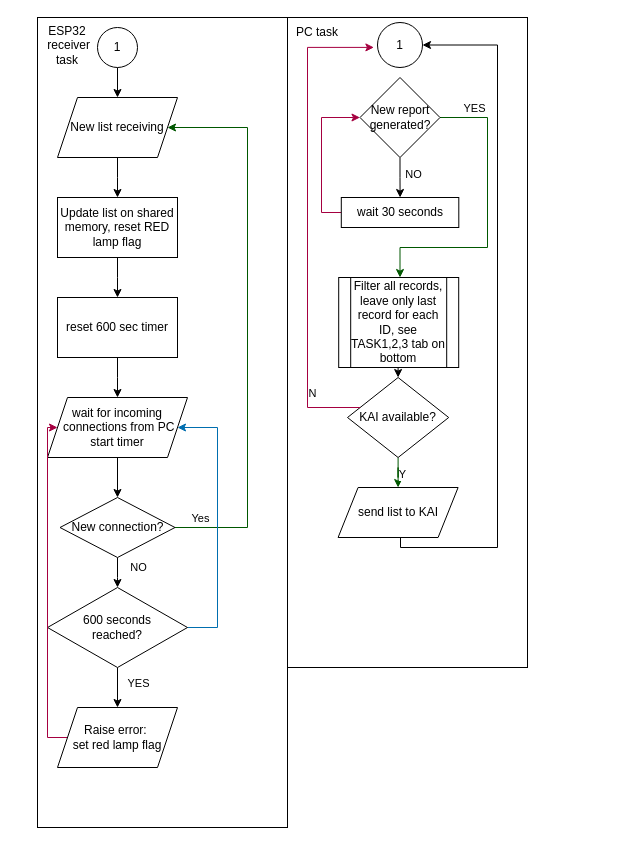
This is page "Algo KAI+PC traffic" (2 of 3) of KAI.drawio from megavad/Diagrams, a draw.io file, before an edit. Source tidied: cells renumbered, new cells numbered last; positions are measured from the earlier drawing's top-left corner, leaving out a move shared by most shapes. Both pictures are drawn from the tidied source at 100%, with x=0, y=0 at pixel (37, 17).
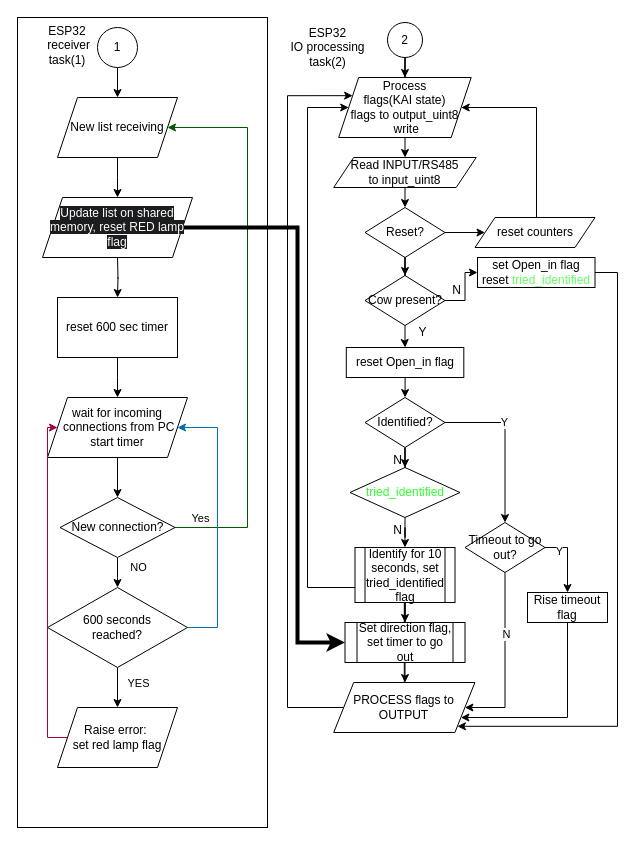
Above is the later version.

Change to the diagram source:
```diff
@@
     <mxCell id="2" style="rounded=0;whiteSpace=wrap;html=1;" parent="1" vertex="1">
-      <mxGeometry width="250" height="810" as="geometry" />
+      <mxGeometry x="-20" width="250" height="810" as="geometry" />
     </mxCell>
@@
-    <mxCell id="7" value="ESP32 &amp;nbsp;receiver task" style="text;html=1;align=center;verticalAlign=middle;whiteSpace=wrap;rounded=0;" parent="1" vertex="1">
+    <mxCell id="7" value="ESP32 &amp;nbsp;receiver task(1)" style="text;html=1;align=center;verticalAlign=middle;whiteSpace=wrap;rounded=0;" parent="1" vertex="1">
       <mxGeometry y="12.5" width="60" height="30" as="geometry" />
     </mxCell>
-    <mxCell id="8" style="rounded=0;whiteSpace=wrap;html=1;" parent="1" vertex="1">
-      <mxGeometry x="250" width="240" height="650" as="geometry" />
-    </mxCell>
-    <mxCell id="9" value="1" style="ellipse;whiteSpace=wrap;html=1;" parent="1" vertex="1">
-      <mxGeometry x="340" y="5" width="45" height="45" as="geometry" />
-    </mxCell>
-    <mxCell id="10" value="PC task" style="text;html=1;align=center;verticalAlign=middle;whiteSpace=wrap;rounded=0;" parent="1" vertex="1">
-      <mxGeometry x="250" width="60" height="30" as="geometry" />
-    </mxCell>
-    <mxCell id="11" style="edgeStyle=orthogonalEdgeStyle;rounded=0;jettySize=auto;html=1;" parent="1" edge="1" source="15" target="17">
-      <mxGeometry relative="1" as="geometry" />
-    </mxCell>
-    <mxCell id="12" value="NO" style="edgeLabel;html=1;align=center;verticalAlign=middle;" parent="11" vertex="1">
-      <mxGeometry x="-0.22" y="4" relative="1" as="geometry">
-        <mxPoint x="9" as="offset" />
-      </mxGeometry>
-    </mxCell>
-    <mxCell id="13" style="edgeStyle=orthogonalEdgeStyle;rounded=0;jettySize=auto;html=1;entryX=0.5;entryY=0;entryDx=0;entryDy=0;fillColor=#008a00;strokeColor=#005700;" parent="1" edge="1" source="15">
-      <mxGeometry relative="1" as="geometry">
-        <mxPoint x="362.5" y="260" as="targetPoint" />
-        <Array as="points">
-          <mxPoint x="450" y="100" />
-          <mxPoint x="450" y="230" />
-          <mxPoint x="363" y="230" />
-        </Array>
-      </mxGeometry>
-    </mxCell>
-    <mxCell id="14" value="YES" style="edgeLabel;html=1;align=center;verticalAlign=middle;" parent="13" vertex="1">
-      <mxGeometry x="-0.77" y="-1" relative="1" as="geometry">
-        <mxPoint y="-11" as="offset" />
-      </mxGeometry>
-    </mxCell>
-    <mxCell id="15" value="New report generated?" style="rhombus;whiteSpace=wrap;html=1;" parent="1" vertex="1">
-      <mxGeometry x="322.5" y="60" width="80" height="80" as="geometry" />
-    </mxCell>
-    <mxCell id="16" style="edgeStyle=orthogonalEdgeStyle;rounded=0;jettySize=auto;html=1;entryX=0;entryY=0.5;entryDx=0;entryDy=0;fillColor=#d80073;strokeColor=#A50040;" parent="1" edge="1" source="17" target="15">
-      <mxGeometry relative="1" as="geometry">
-        <Array as="points">
-          <mxPoint x="284" y="195" />
-          <mxPoint x="284" y="100" />
-        </Array>
-      </mxGeometry>
-    </mxCell>
-    <mxCell id="17" value="wait 30 seconds" style="rounded=0;whiteSpace=wrap;html=1;" parent="1" vertex="1">
-      <mxGeometry x="303.8" y="180" width="117.5" height="30" as="geometry" />
-    </mxCell>
-    <mxCell id="18" style="edgeStyle=orthogonalEdgeStyle;rounded=0;jettySize=auto;html=1;" parent="1" edge="1" target="23">
-      <mxGeometry relative="1" as="geometry">
-        <mxPoint x="361.3" y="320" as="sourcePoint" />
-      </mxGeometry>
-    </mxCell>
-    <mxCell id="19" style="edgeStyle=orthogonalEdgeStyle;rounded=0;jettySize=auto;html=1;entryX=1;entryY=0.5;entryDx=0;entryDy=0;" parent="1" edge="1" source="20" target="9">
-      <mxGeometry relative="1" as="geometry">
-        <Array as="points">
-          <mxPoint x="363" y="530" />
-          <mxPoint x="460" y="530" />
-          <mxPoint x="460" y="28" />
-        </Array>
-      </mxGeometry>
-    </mxCell>
-    <mxCell id="20" value="send list to KAI" style="shape=parallelogram;perimeter=parallelogramPerimeter;whiteSpace=wrap;html=1;fixedSize=1;" parent="1" vertex="1">
-      <mxGeometry x="300.6" y="470" width="120" height="50" as="geometry" />
-    </mxCell>
-    <mxCell id="21" style="edgeStyle=orthogonalEdgeStyle;rounded=0;jettySize=auto;html=1;fillColor=#008a00;strokeColor=#005700;" parent="1" edge="1" source="23" target="20">
-      <mxGeometry relative="1" as="geometry" />
-    </mxCell>
-    <mxCell id="22" value="Y" style="edgeLabel;html=1;align=center;verticalAlign=middle;" parent="21" vertex="1">
-      <mxGeometry x="-0.46" y="3" relative="1" as="geometry">
-        <mxPoint x="1" y="2" as="offset" />
-      </mxGeometry>
-    </mxCell>
-    <mxCell id="23" value="KAI available?" style="rhombus;whiteSpace=wrap;html=1;" parent="1" vertex="1">
-      <mxGeometry x="310" y="360" width="101.2" height="80" as="geometry" />
-    </mxCell>
-    <mxCell id="24" style="edgeStyle=orthogonalEdgeStyle;rounded=0;jettySize=auto;html=1;entryX=0.36;entryY=0.046;entryDx=0;entryDy=0;entryPerimeter=0;fillColor=#d80073;strokeColor=#A50040;" parent="1" edge="1" source="23" target="8">
-      <mxGeometry relative="1" as="geometry">
-        <Array as="points">
-          <mxPoint x="270" y="390" />
-          <mxPoint x="270" y="30" />
-        </Array>
-      </mxGeometry>
-    </mxCell>
-    <mxCell id="25" value="N" style="edgeLabel;html=1;align=center;verticalAlign=middle;" parent="24" vertex="1">
-      <mxGeometry x="-0.72" y="-4" relative="1" as="geometry" />
-    </mxCell>
-    <mxCell id="26" style="edgeStyle=orthogonalEdgeStyle;rounded=0;jettySize=auto;html=1;" parent="1" edge="1" source="27">
+    <mxCell id="26" style="edgeStyle=orthogonalEdgeStyle;rounded=0;orthogonalLoop=1;jettySize=auto;html=1;" parent="1" edge="1">
       <mxGeometry relative="1" as="geometry">
+        <mxPoint x="80" y="240" as="sourcePoint" />
         <mxPoint x="80" y="280" as="targetPoint" />
       </mxGeometry>
     </mxCell>
-    <mxCell id="27" value="Update list on shared memory, reset RED lamp flag" style="rounded=0;whiteSpace=wrap;html=1;" parent="1" vertex="1">
-      <mxGeometry x="20" y="180" width="120" height="60" as="geometry" />
-    </mxCell>
@@
-    <mxCell id="44" value="Filter all records,&lt;div&gt;leave only last record for each ID, see &lt;span style=&quot;color: light-dark(rgb(0, 0, 0), rgb(255, 0, 0));&quot;&gt;TASK1,2,3 tab on bottom&lt;/span&gt;&lt;/div&gt;" style="shape=process;whiteSpace=wrap;html=1;backgroundOutline=1;" parent="1" vertex="1">
-      <mxGeometry x="301.2" y="260" width="120" height="90" as="geometry" />
-    </mxCell>
+    <mxCell id="45" style="edgeStyle=orthogonalEdgeStyle;rounded=0;jettySize=auto;html=1;entryX=0;entryY=0.5;entryDx=0;entryDy=0;fontColor=light-dark(#000000,#FF00FF);verticalAlign=middle;strokeWidth=4;" parent="1" edge="1" source="27" target="68">
+      <mxGeometry relative="1" as="geometry">
+        <Array as="points">
+          <mxPoint x="260" y="210" />
+          <mxPoint x="260" y="625" />
+        </Array>
+      </mxGeometry>
+    </mxCell>
+    <mxCell id="27" value="&lt;span style=&quot;caret-color: rgb(255, 255, 255); color: rgb(255, 255, 255); font-family: Helvetica; font-size: 12px; font-style: normal; font-variant-caps: normal; font-weight: 400; letter-spacing: normal; orphans: auto; text-align: center; text-indent: 0px; text-transform: none; white-space: normal; widows: auto; word-spacing: 0px; -webkit-text-stroke-width: 0px; background-color: rgb(27, 29, 30); text-decoration: none; display: inline !important; float: none;&quot;&gt;Update list on shared memory, reset RED lamp flag&lt;/span&gt;" style="shape=parallelogram;perimeter=parallelogramPerimeter;whiteSpace=wrap;html=1;fixedSize=1;" parent="1" vertex="1">
+      <mxGeometry x="5" y="180" width="150" height="60" as="geometry" />
+    </mxCell>
+    <mxCell id="46" style="edgeStyle=orthogonalEdgeStyle;rounded=0;jettySize=auto;html=1;entryX=0.5;entryY=0;entryDx=0;entryDy=0;" parent="1" edge="1" source="47" target="49">
+      <mxGeometry relative="1" as="geometry" />
+    </mxCell>
+    <mxCell id="47" value="2" style="ellipse;whiteSpace=wrap;html=1;" parent="1" vertex="1">
+      <mxGeometry x="350" y="5" width="35" height="35" as="geometry" />
+    </mxCell>
+    <mxCell id="48" style="edgeStyle=orthogonalEdgeStyle;rounded=0;jettySize=auto;html=1;entryX=0.5;entryY=0;entryDx=0;entryDy=0;" parent="1" edge="1" source="49" target="51">
+      <mxGeometry relative="1" as="geometry" />
+    </mxCell>
+    <mxCell id="49" value="Process&lt;div&gt;flags(KAI state)&lt;/div&gt;&lt;div&gt;flags to output_uint8&lt;/div&gt;&lt;div&gt;&amp;nbsp;write&lt;/div&gt;" style="shape=parallelogram;perimeter=parallelogramPerimeter;whiteSpace=wrap;html=1;fixedSize=1;" parent="1" vertex="1">
+      <mxGeometry x="301.2" y="60" width="132.5" height="60" as="geometry" />
+    </mxCell>
+    <mxCell id="50" style="edgeStyle=orthogonalEdgeStyle;rounded=0;jettySize=auto;html=1;" parent="1" edge="1" source="51" target="57">
+      <mxGeometry relative="1" as="geometry" />
+    </mxCell>
+    <mxCell id="51" value="Read INPUT/RS485&lt;div&gt;to input_uint8&lt;/div&gt;" style="shape=parallelogram;perimeter=parallelogramPerimeter;whiteSpace=wrap;html=1;fixedSize=1;" parent="1" vertex="1">
+      <mxGeometry x="296.2" y="140" width="142.5" height="30" as="geometry" />
+    </mxCell>
+    <mxCell id="52" style="edgeStyle=orthogonalEdgeStyle;rounded=0;jettySize=auto;html=1;entryX=0;entryY=0.5;entryDx=0;entryDy=0;" parent="1" edge="1" source="54" target="49">
+      <mxGeometry relative="1" as="geometry">
+        <Array as="points">
+          <mxPoint x="367" y="570" />
+          <mxPoint x="270" y="570" />
+          <mxPoint x="270" y="90" />
+        </Array>
+      </mxGeometry>
+    </mxCell>
+    <mxCell id="53" style="edgeStyle=orthogonalEdgeStyle;rounded=0;jettySize=auto;html=1;entryX=0;entryY=0.25;entryDx=0;entryDy=0;" parent="1" edge="1" source="54" target="49">
+      <mxGeometry relative="1" as="geometry">
+        <Array as="points">
+          <mxPoint x="250" y="690" />
+          <mxPoint x="250" y="78" />
+        </Array>
+      </mxGeometry>
+    </mxCell>
+    <mxCell id="54" value="PROCESS flags to OUTPUT" style="shape=parallelogram;perimeter=parallelogramPerimeter;whiteSpace=wrap;html=1;fixedSize=1;" parent="1" vertex="1">
+      <mxGeometry x="296.2" y="665" width="141.2" height="50" as="geometry" />
+    </mxCell>
+    <mxCell id="55" style="edgeStyle=orthogonalEdgeStyle;rounded=0;jettySize=auto;html=1;entryX=0;entryY=0.5;entryDx=0;entryDy=0;" parent="1" edge="1" source="57" target="60">
+      <mxGeometry relative="1" as="geometry" />
+    </mxCell>
+    <mxCell id="56" style="edgeStyle=orthogonalEdgeStyle;rounded=0;jettySize=auto;html=1;" parent="1" edge="1" source="57" target="64">
+      <mxGeometry relative="1" as="geometry" />
+    </mxCell>
+    <mxCell id="57" value="Reset?" style="rhombus;whiteSpace=wrap;html=1;" parent="1" vertex="1">
+      <mxGeometry x="327.5" y="190" width="80" height="50" as="geometry" />
+    </mxCell>
+    <mxCell id="58" style="edgeStyle=orthogonalEdgeStyle;rounded=0;orthogonalLoop=1;jettySize=auto;html=1;exitX=0.5;exitY=1;exitDx=0;exitDy=0;" parent="1" edge="1" source="57" target="57">
+      <mxGeometry relative="1" as="geometry" />
+    </mxCell>
+    <mxCell id="59" style="edgeStyle=orthogonalEdgeStyle;rounded=0;jettySize=auto;html=1;entryX=1;entryY=0.5;entryDx=0;entryDy=0;" parent="1" edge="1" source="60" target="49">
+      <mxGeometry relative="1" as="geometry">
+        <Array as="points">
+          <mxPoint x="499" y="90" />
+        </Array>
+      </mxGeometry>
+    </mxCell>
+    <mxCell id="60" value="reset counters" style="shape=parallelogram;perimeter=parallelogramPerimeter;whiteSpace=wrap;html=1;fixedSize=1;" parent="1" vertex="1">
+      <mxGeometry x="437.5" y="200" width="120" height="30" as="geometry" />
+    </mxCell>
+    <mxCell id="61" value="ESP32&lt;div&gt;IO processing&lt;/div&gt;&lt;div&gt;task(2)&lt;/div&gt;" style="text;html=1;align=center;verticalAlign=middle;strokeColor=none;fillColor=none;" parent="1" vertex="1">
+      <mxGeometry x="240" width="100" height="60" as="geometry" />
+    </mxCell>
+    <mxCell id="62" style="edgeStyle=orthogonalEdgeStyle;rounded=0;jettySize=auto;html=1;" parent="1" edge="1" source="64" target="81">
+      <mxGeometry relative="1" as="geometry" />
+    </mxCell>
+    <mxCell id="63" style="edgeStyle=orthogonalEdgeStyle;rounded=0;jettySize=auto;html=1;" parent="1" edge="1" source="64" target="84">
+      <mxGeometry relative="1" as="geometry" />
+    </mxCell>
+    <mxCell id="64" value="Cow present?" style="rhombus;whiteSpace=wrap;html=1;" parent="1" vertex="1">
+      <mxGeometry x="327.5" y="258" width="80" height="50" as="geometry" />
+    </mxCell>
+    <mxCell id="65" style="edgeStyle=orthogonalEdgeStyle;rounded=0;jettySize=auto;html=1;entryX=0.5;entryY=0;entryDx=0;entryDy=0;" parent="1" edge="1" source="66" target="68">
+      <mxGeometry relative="1" as="geometry" />
+    </mxCell>
+    <mxCell id="66" value="Identify for 10 seconds, set &lt;span style=&quot;color: light-dark(rgb(0, 0, 0), rgb(51, 255, 51));&quot;&gt;tried_identified&lt;/span&gt; flag" style="shape=process;whiteSpace=wrap;html=1;backgroundOutline=1;" parent="1" vertex="1">
+      <mxGeometry x="317.5" y="530" width="100" height="55" as="geometry" />
+    </mxCell>
+    <mxCell id="67" style="edgeStyle=orthogonalEdgeStyle;rounded=0;jettySize=auto;html=1;" parent="1" edge="1" source="68" target="54">
+      <mxGeometry relative="1" as="geometry" />
+    </mxCell>
+    <mxCell id="68" value="Set &lt;span style=&quot;color: light-dark(rgb(0, 0, 0), rgb(51, 255, 51));&quot;&gt;direction&lt;/span&gt; flag,&lt;div&gt;set &lt;span style=&quot;color: light-dark(rgb(0, 0, 0), rgb(51, 51, 255));&quot;&gt;timer&lt;/span&gt; to go out&lt;/div&gt;" style="shape=process;whiteSpace=wrap;html=1;backgroundOutline=1;" parent="1" vertex="1">
+      <mxGeometry x="307.5" y="605" width="120" height="40" as="geometry" />
+    </mxCell>
+    <mxCell id="69" style="edgeStyle=orthogonalEdgeStyle;rounded=0;jettySize=auto;html=1;entryX=0.5;entryY=0;entryDx=0;entryDy=0;" parent="1" edge="1" source="72" target="76">
+      <mxGeometry relative="1" as="geometry" />
+    </mxCell>
+    <mxCell id="70" value="Y" style="edgeLabel;html=1;align=center;verticalAlign=middle;" parent="69" vertex="1">
+      <mxGeometry x="-0.26" y="1" relative="1" as="geometry" />
+    </mxCell>
+    <mxCell id="71" style="edgeStyle=orthogonalEdgeStyle;rounded=0;jettySize=auto;html=1;entryX=0.5;entryY=0;entryDx=0;entryDy=0;" parent="1" edge="1" source="72" target="87">
+      <mxGeometry relative="1" as="geometry" />
+    </mxCell>
+    <mxCell id="72" value="Identified?" style="rhombus;whiteSpace=wrap;html=1;" parent="1" vertex="1">
+      <mxGeometry x="327.5" y="380" width="80" height="50" as="geometry" />
+    </mxCell>
+    <mxCell id="73" style="edgeStyle=orthogonalEdgeStyle;rounded=0;jettySize=auto;html=1;entryX=1;entryY=0.5;entryDx=0;entryDy=0;" parent="1" edge="1" source="76" target="54">
+      <mxGeometry relative="1" as="geometry">
+        <Array as="points">
+          <mxPoint x="468" y="690" />
+        </Array>
+      </mxGeometry>
+    </mxCell>
+    <mxCell id="25" value="N" style="edgeLabel;html=1;align=center;verticalAlign=middle;" parent="73" vertex="1">
+      <mxGeometry x="-0.3" y="1" relative="1" as="geometry" />
+    </mxCell>
+    <mxCell id="74" style="edgeStyle=orthogonalEdgeStyle;rounded=0;jettySize=auto;html=1;entryX=0.5;entryY=0;entryDx=0;entryDy=0;" parent="1" edge="1" source="76" target="79">
+      <mxGeometry relative="1" as="geometry">
+        <Array as="points">
+          <mxPoint x="530" y="530" />
+        </Array>
+      </mxGeometry>
+    </mxCell>
+    <mxCell id="75" value="Y" style="edgeLabel;html=1;align=center;verticalAlign=middle;" parent="74" vertex="1">
+      <mxGeometry x="-0.58" y="-3" relative="1" as="geometry" />
+    </mxCell>
+    <mxCell id="76" value="Timeout to go out?" style="rhombus;whiteSpace=wrap;html=1;" parent="1" vertex="1">
+      <mxGeometry x="427.5" y="505" width="80" height="50" as="geometry" />
+    </mxCell>
+    <mxCell id="77" style="edgeStyle=orthogonalEdgeStyle;rounded=0;orthogonalLoop=1;jettySize=auto;html=1;exitX=0.5;exitY=1;exitDx=0;exitDy=0;" parent="1" edge="1" source="76" target="76">
+      <mxGeometry relative="1" as="geometry" />
+    </mxCell>
+    <mxCell id="78" style="edgeStyle=orthogonalEdgeStyle;rounded=0;jettySize=auto;html=1;entryX=1;entryY=0.75;entryDx=0;entryDy=0;" parent="1" edge="1" source="79" target="54">
+      <mxGeometry relative="1" as="geometry">
+        <Array as="points">
+          <mxPoint x="530" y="700" />
+        </Array>
+      </mxGeometry>
+    </mxCell>
+    <mxCell id="79" value="Rise &lt;span style=&quot;color: light-dark(rgb(0, 0, 0), rgb(51, 255, 51));&quot;&gt;timeout&lt;/span&gt; flag" style="rounded=0;whiteSpace=wrap;html=1;" parent="1" vertex="1">
+      <mxGeometry x="490" y="575" width="80" height="30" as="geometry" />
+    </mxCell>
+    <mxCell id="80" style="edgeStyle=orthogonalEdgeStyle;rounded=0;jettySize=auto;html=1;entryX=1;entryY=1;entryDx=0;entryDy=0;" parent="1" edge="1" source="81" target="54">
+      <mxGeometry relative="1" as="geometry">
+        <Array as="points">
+          <mxPoint x="580" y="255" />
+          <mxPoint x="580" y="709" />
+        </Array>
+      </mxGeometry>
+    </mxCell>
+    <mxCell id="81" value="set &lt;span style=&quot;color: light-dark(rgb(0, 0, 0), rgb(51, 255, 51));&quot;&gt;Open_in&lt;/span&gt; flag&lt;div&gt;reset&amp;nbsp;&lt;span style=&quot;color: light-dark(rgb(0, 0, 0), rgb(51, 255, 51));&quot;&gt;&lt;span style=&quot;caret-color: rgba(0, 0, 0, 0); font-family: monospace; font-size: 0px; text-align: start; white-space: nowrap; color: rgba(0, 0, 0, 0);&quot;&gt;3E&lt;/span&gt;&lt;span style=&quot;caret-color: rgb(0, 118, 0); color: rgb(102, 255, 102);&quot;&gt;tried_identified&lt;/span&gt;&lt;/span&gt;&lt;/div&gt;" style="rounded=0;whiteSpace=wrap;html=1;" parent="1" vertex="1">
+      <mxGeometry x="440" y="240" width="117.5" height="30" as="geometry" />
+    </mxCell>
+    <mxCell id="82" value="N" style="text;html=1;align=center;verticalAlign=middle;strokeColor=none;fillColor=none;" parent="1" vertex="1">
+      <mxGeometry x="403.8" y="258" width="30" height="30" as="geometry" />
+    </mxCell>
+    <mxCell id="83" style="edgeStyle=orthogonalEdgeStyle;rounded=0;jettySize=auto;html=1;" parent="1" edge="1" source="84" target="72">
+      <mxGeometry relative="1" as="geometry" />
+    </mxCell>
+    <mxCell id="84" value="reset &lt;span style=&quot;color: light-dark(rgb(0, 0, 0), rgb(51, 255, 51));&quot;&gt;Open_in&lt;/span&gt; flag" style="rounded=0;whiteSpace=wrap;html=1;" parent="1" vertex="1">
+      <mxGeometry x="308.8" y="330" width="117.5" height="30" as="geometry" />
+    </mxCell>
+    <mxCell id="85" value="Y" style="text;html=1;align=center;verticalAlign=middle;strokeColor=none;fillColor=none;" parent="1" vertex="1">
+      <mxGeometry x="370" y="300" width="30" height="30" as="geometry" />
+    </mxCell>
+    <mxCell id="86" style="edgeStyle=orthogonalEdgeStyle;rounded=0;jettySize=auto;html=1;entryX=0.5;entryY=0;entryDx=0;entryDy=0;" parent="1" edge="1" source="87" target="66">
+      <mxGeometry relative="1" as="geometry" />
+    </mxCell>
+    <mxCell id="87" value="&lt;span style=&quot;caret-color: rgb(51, 255, 51); color: light-dark(rgb(51, 255, 51), rgb(102, 255, 102));&quot;&gt;tried_identified&lt;/span&gt;" style="rhombus;whiteSpace=wrap;html=1;" parent="1" vertex="1">
+      <mxGeometry x="312.5" y="450" width="110" height="50" as="geometry" />
+    </mxCell>
+    <mxCell id="88" value="N" style="text;html=1;align=center;verticalAlign=middle;strokeColor=none;fillColor=none;" parent="1" vertex="1">
+      <mxGeometry x="345" y="428" width="30" height="30" as="geometry" />
+    </mxCell>
+    <mxCell id="89" value="N" style="text;html=1;align=center;verticalAlign=middle;strokeColor=none;fillColor=none;" parent="1" vertex="1">
+      <mxGeometry x="345" y="498" width="30" height="30" as="geometry" />
+    </mxCell>
```
